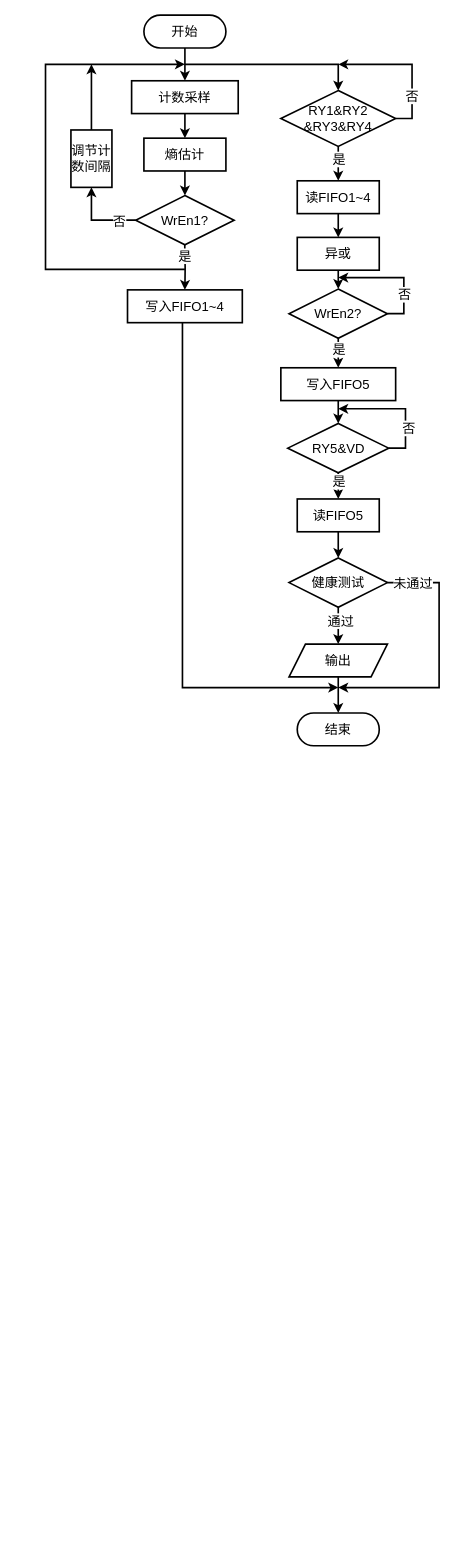
The draw.io diagram page "第 3 页" (3 of 3) of 未命名绘图.drawio in bazingaaaa-ss/easymcm, before the edit. Source tidied: cells renumbered, new cells numbered last; positions are measured from the earlier drawing's top-left corner, leaving out a move shared by most shapes. Both pictures are drawn from the tidied source at 82%, with x=0, y=0 at pixel (45, 15).
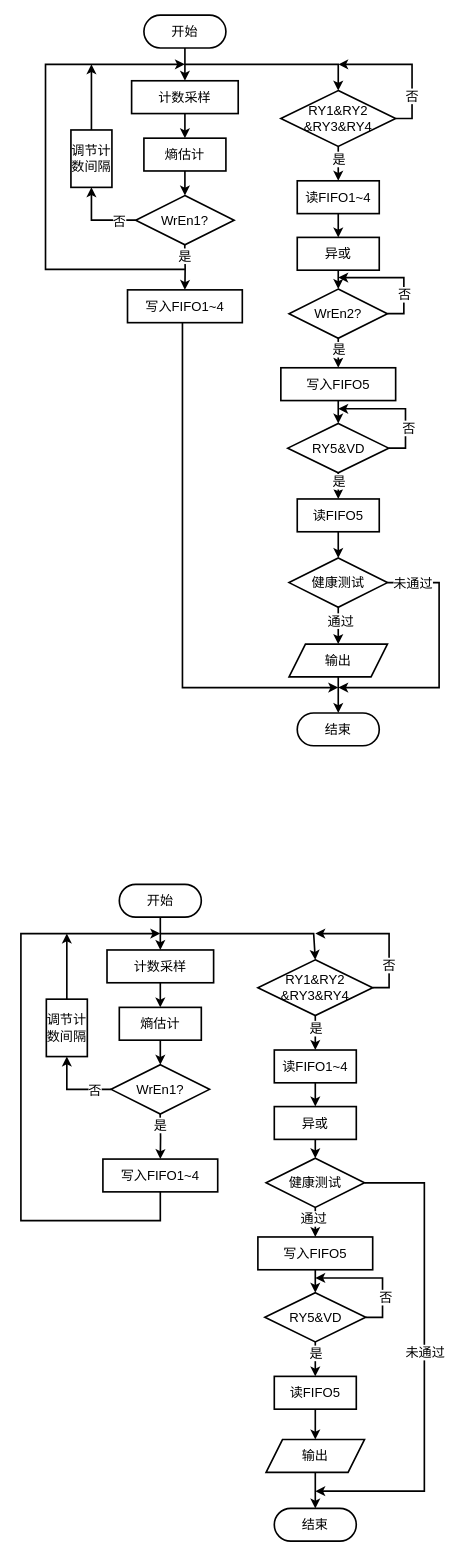
The same page after the edit.

Commit message:
更新未命名绘图.drawio

The edit, as a diff of the source:
```diff
@@
+    <mxCell id="50" style="edgeStyle=orthogonalEdgeStyle;rounded=0;jettySize=auto;html=1;exitX=0.5;exitY=1;exitDx=0;exitDy=0;entryX=0.5;entryY=0;entryDx=0;entryDy=0;fontSize=16;arcSize=12;strokeWidth=2;" parent="1" edge="1" source="51" target="53">
+      <mxGeometry relative="1" as="geometry" />
+    </mxCell>
+    <mxCell id="51" value="&lt;font style=&quot;font-size: 16px;&quot;&gt;开始&lt;/font&gt;" style="rounded=1;whiteSpace=wrap;html=1;arcSize=50;fontSize=16;strokeWidth=2;" parent="1" vertex="1">
+      <mxGeometry x="90" y="1060" width="100" height="40" as="geometry" />
+    </mxCell>
+    <mxCell id="52" style="edgeStyle=orthogonalEdgeStyle;rounded=0;jettySize=auto;html=1;exitX=0.5;exitY=1;exitDx=0;exitDy=0;entryX=0.5;entryY=0;entryDx=0;entryDy=0;fontSize=16;arcSize=12;strokeWidth=2;" parent="1" edge="1" source="53" target="55">
+      <mxGeometry relative="1" as="geometry" />
+    </mxCell>
+    <mxCell id="53" value="&lt;font style=&quot;font-size: 16px;&quot;&gt;计数采样&lt;/font&gt;" style="rounded=0;whiteSpace=wrap;html=1;fontSize=16;strokeWidth=2;" parent="1" vertex="1">
+      <mxGeometry x="75" y="1140" width="130" height="40" as="geometry" />
+    </mxCell>
+    <mxCell id="54" style="edgeStyle=orthogonalEdgeStyle;rounded=0;jettySize=auto;html=1;exitX=0.5;exitY=1;exitDx=0;exitDy=0;entryX=0.5;entryY=0;entryDx=0;entryDy=0;fontSize=16;arcSize=12;strokeWidth=2;" parent="1" edge="1" source="55" target="60">
+      <mxGeometry relative="1" as="geometry" />
+    </mxCell>
+    <mxCell id="55" value="&lt;font style=&quot;font-size: 16px;&quot;&gt;熵估计&lt;/font&gt;" style="rounded=0;whiteSpace=wrap;html=1;fontSize=16;strokeWidth=2;" parent="1" vertex="1">
+      <mxGeometry x="90" y="1210" width="100" height="40" as="geometry" />
+    </mxCell>
+    <mxCell id="56" style="edgeStyle=orthogonalEdgeStyle;rounded=0;jettySize=auto;html=1;exitX=0.5;exitY=1;exitDx=0;exitDy=0;entryX=0.5;entryY=0;entryDx=0;entryDy=0;fontSize=16;arcSize=12;strokeWidth=2;" parent="1" edge="1" target="61">
+      <mxGeometry relative="1" as="geometry">
+        <mxPoint x="139.8" y="1340" as="sourcePoint" />
+      </mxGeometry>
+    </mxCell>
+    <mxCell id="57" value="是" style="edgeLabel;html=1;align=center;verticalAlign=middle;fontSize=16;arcSize=12;" parent="56" vertex="1">
+      <mxGeometry x="-0.63" y="1" relative="1" as="geometry">
+        <mxPoint x="-1" y="4" as="offset" />
+      </mxGeometry>
+    </mxCell>
+    <mxCell id="58" style="edgeStyle=orthogonalEdgeStyle;rounded=0;jettySize=auto;html=1;exitX=0;exitY=0.5;exitDx=0;exitDy=0;entryX=0.5;entryY=1;entryDx=0;entryDy=0;fontSize=16;arcSize=12;strokeWidth=2;" parent="1" edge="1" source="60" target="63">
+      <mxGeometry relative="1" as="geometry" />
+    </mxCell>
+    <mxCell id="59" value="否" style="edgeLabel;html=1;align=center;verticalAlign=middle;fontSize=16;arcSize=12;" parent="58" vertex="1">
+      <mxGeometry x="-0.67" relative="1" as="geometry">
+        <mxPoint x="-5" as="offset" />
+      </mxGeometry>
+    </mxCell>
+    <mxCell id="60" value="&lt;font style=&quot;font-size: 16px;&quot;&gt;WrEn1?&lt;/font&gt;" style="rhombus;whiteSpace=wrap;html=1;fontSize=16;strokeWidth=2;" parent="1" vertex="1">
+      <mxGeometry x="80" y="1280" width="120" height="60" as="geometry" />
+    </mxCell>
+    <mxCell id="61" value="&lt;span style=&quot;font-size: 16px;&quot;&gt;写入FIFO1~4&lt;/span&gt;" style="rounded=0;whiteSpace=wrap;html=1;fontSize=16;strokeWidth=2;" parent="1" vertex="1">
+      <mxGeometry x="70" y="1395" width="140" height="40" as="geometry" />
+    </mxCell>
+    <mxCell id="62" style="edgeStyle=orthogonalEdgeStyle;rounded=0;jettySize=auto;html=1;exitX=0.5;exitY=0;exitDx=0;exitDy=0;fontSize=16;arcSize=12;strokeWidth=2;" parent="1" edge="1" source="63">
+      <mxGeometry relative="1" as="geometry">
+        <mxPoint x="26" y="1120" as="targetPoint" />
+        <Array as="points">
+          <mxPoint x="26" y="1160" />
+          <mxPoint x="26" y="1160" />
+        </Array>
+      </mxGeometry>
+    </mxCell>
+    <mxCell id="63" value="&lt;font style=&quot;font-size: 16px;&quot;&gt;调节计数间隔&lt;/font&gt;" style="rounded=0;whiteSpace=wrap;html=1;fontSize=16;strokeWidth=2;" parent="1" vertex="1">
+      <mxGeometry x="1" y="1200" width="50" height="70" as="geometry" />
+    </mxCell>
+    <mxCell id="64" style="endArrow=classic;html=1;rounded=0;fontSize=16;arcSize=12;strokeWidth=2;exitX=0.5;exitY=1;exitDx=0;exitDy=0;" parent="1" edge="1" source="61">
+      <mxGeometry relative="1" as="geometry">
+        <mxPoint x="140" y="1120" as="targetPoint" />
+        <Array as="points">
+          <mxPoint x="140" y="1470" />
+          <mxPoint x="-30" y="1470" />
+          <mxPoint x="-30" y="1240" />
+          <mxPoint x="-30" y="1120" />
+        </Array>
+      </mxGeometry>
+    </mxCell>
+    <mxCell id="65" style="edgeStyle=orthogonalEdgeStyle;rounded=0;orthogonalLoop=1;jettySize=auto;html=1;exitX=1;exitY=0.5;exitDx=0;exitDy=0;fontSize=16;arcSize=12;strokeWidth=2;" parent="1" edge="1">
+      <mxGeometry relative="1" as="geometry">
+        <mxPoint x="399" y="1186" as="sourcePoint" />
+        <mxPoint x="329" y="1120" as="targetPoint" />
+        <Array as="points">
+          <mxPoint x="419" y="1186" />
+          <mxPoint x="419" y="1120" />
+        </Array>
+      </mxGeometry>
+    </mxCell>
+    <mxCell id="66" value="否" style="edgeLabel;html=1;align=center;verticalAlign=middle;fontSize=16;arcSize=12;" parent="65" vertex="1">
+      <mxGeometry x="-0.26" y="1" relative="1" as="geometry">
+        <mxPoint y="17" as="offset" />
+      </mxGeometry>
+    </mxCell>
+    <mxCell id="67" style="edgeStyle=orthogonalEdgeStyle;rounded=0;jettySize=auto;html=1;exitX=0.5;exitY=1;exitDx=0;exitDy=0;entryX=0.5;entryY=0;entryDx=0;entryDy=0;fontSize=16;arcSize=12;strokeWidth=2;" parent="1" edge="1" source="69" target="71">
+      <mxGeometry relative="1" as="geometry" />
+    </mxCell>
+    <mxCell id="68" value="是" style="edgeLabel;html=1;align=center;verticalAlign=middle;fontSize=16;arcSize=12;" parent="67" vertex="1">
+      <mxGeometry x="-0.27" relative="1" as="geometry" />
+    </mxCell>
+    <mxCell id="69" value="&lt;span style=&quot;font-size: 16px;&quot;&gt;RY1&amp;amp;RY2&lt;br style=&quot;font-size: 16px;&quot;&gt;&amp;amp;RY3&amp;amp;RY4&lt;/span&gt;" style="rhombus;whiteSpace=wrap;html=1;fontSize=16;strokeWidth=2;" parent="1" vertex="1">
+      <mxGeometry x="259" y="1152" width="140" height="68" as="geometry" />
+    </mxCell>
+    <mxCell id="70" style="edgeStyle=orthogonalEdgeStyle;rounded=0;jettySize=auto;html=1;exitX=0.5;exitY=1;exitDx=0;exitDy=0;entryX=0.5;entryY=0;entryDx=0;entryDy=0;fontSize=16;arcSize=12;strokeWidth=2;" parent="1" edge="1" source="71" target="74">
+      <mxGeometry relative="1" as="geometry" />
+    </mxCell>
+    <mxCell id="71" value="&lt;font style=&quot;font-size: 16px;&quot;&gt;读FIFO1~4&lt;/font&gt;" style="rounded=0;whiteSpace=wrap;html=1;fontSize=16;strokeWidth=2;" parent="1" vertex="1">
+      <mxGeometry x="279" y="1262" width="100" height="40" as="geometry" />
+    </mxCell>
+    <mxCell id="72" style="endArrow=classic;html=1;rounded=0;entryX=0.5;entryY=0;entryDx=0;entryDy=0;fontSize=16;arcSize=12;strokeWidth=2;" parent="1" edge="1" target="69">
+      <mxGeometry relative="1" as="geometry">
+        <mxPoint x="140" y="1120" as="sourcePoint" />
+        <Array as="points">
+          <mxPoint x="327" y="1120" />
+        </Array>
+      </mxGeometry>
+    </mxCell>
+    <mxCell id="73" style="edgeStyle=orthogonalEdgeStyle;rounded=0;jettySize=auto;html=1;exitX=0.5;exitY=1;exitDx=0;exitDy=0;entryX=0.5;entryY=0;entryDx=0;entryDy=0;fontSize=16;arcSize=12;strokeWidth=2;" parent="1" edge="1" source="74" target="81">
+      <mxGeometry relative="1" as="geometry" />
+    </mxCell>
+    <mxCell id="74" value="&lt;font style=&quot;font-size: 16px;&quot;&gt;异或&lt;/font&gt;" style="rounded=0;whiteSpace=wrap;html=1;fontSize=16;strokeWidth=2;" parent="1" vertex="1">
+      <mxGeometry x="279" y="1331" width="100" height="40" as="geometry" />
+    </mxCell>
+    <mxCell id="75" style="edgeStyle=orthogonalEdgeStyle;rounded=0;jettySize=auto;html=1;exitX=0.5;exitY=1;exitDx=0;exitDy=0;entryX=0.5;entryY=0;entryDx=0;entryDy=0;fontSize=16;arcSize=12;strokeWidth=2;" parent="1" edge="1" source="76" target="88">
+      <mxGeometry relative="1" as="geometry" />
+    </mxCell>
+    <mxCell id="76" value="&lt;span style=&quot;font-size: 16px;&quot;&gt;写入FIFO5&lt;/span&gt;" style="rounded=0;whiteSpace=wrap;html=1;fontSize=16;strokeWidth=2;" parent="1" vertex="1">
+      <mxGeometry x="259" y="1490" width="140" height="40" as="geometry" />
+    </mxCell>
+    <mxCell id="77" style="edgeStyle=orthogonalEdgeStyle;rounded=0;jettySize=auto;html=1;exitX=1;exitY=0.5;exitDx=0;exitDy=0;fontSize=16;arcSize=12;strokeWidth=2;" parent="1" edge="1" source="81">
+      <mxGeometry relative="1" as="geometry">
+        <mxPoint x="329" y="1800" as="targetPoint" />
+        <Array as="points">
+          <mxPoint x="462" y="1424" />
+          <mxPoint x="462" y="1800" />
+        </Array>
+      </mxGeometry>
+    </mxCell>
+    <mxCell id="78" value="未通过" style="edgeLabel;html=1;align=center;verticalAlign=middle;fontSize=16;arcSize=12;" parent="77" vertex="1">
+      <mxGeometry x="-0.11" relative="1" as="geometry">
+        <mxPoint y="20" as="offset" />
+      </mxGeometry>
+    </mxCell>
+    <mxCell id="79" style="edgeStyle=orthogonalEdgeStyle;rounded=0;jettySize=auto;html=1;exitX=0.5;exitY=1;exitDx=0;exitDy=0;entryX=0.5;entryY=0;entryDx=0;entryDy=0;strokeWidth=2;" parent="1" edge="1" source="81" target="76">
+      <mxGeometry relative="1" as="geometry" />
+    </mxCell>
+    <mxCell id="80" value="通过" style="edgeLabel;html=1;align=center;verticalAlign=middle;fontSize=16;" parent="79" vertex="1">
+      <mxGeometry x="-0.27" y="-3" relative="1" as="geometry" />
+    </mxCell>
+    <mxCell id="81" value="健康测试" style="rhombus;whiteSpace=wrap;html=1;fontSize=16;strokeWidth=2;" parent="1" vertex="1">
+      <mxGeometry x="269" y="1394" width="120" height="60" as="geometry" />
+    </mxCell>
+    <mxCell id="82" style="edgeStyle=orthogonalEdgeStyle;rounded=0;jettySize=auto;html=1;exitX=0.5;exitY=1;exitDx=0;exitDy=0;entryX=0.5;entryY=0;entryDx=0;entryDy=0;fontSize=16;arcSize=12;strokeWidth=2;" parent="1" edge="1" source="83" target="90">
+      <mxGeometry relative="1" as="geometry" />
+    </mxCell>
+    <mxCell id="83" value="&lt;font style=&quot;font-size: 16px;&quot;&gt;读FIFO5&lt;/font&gt;" style="rounded=0;whiteSpace=wrap;html=1;fontSize=16;strokeWidth=2;" parent="1" vertex="1">
+      <mxGeometry x="279" y="1660" width="100" height="40" as="geometry" />
+    </mxCell>
+    <mxCell id="84" style="edgeStyle=orthogonalEdgeStyle;rounded=0;jettySize=auto;html=1;exitX=1;exitY=0.5;exitDx=0;exitDy=0;fontSize=16;arcSize=12;strokeWidth=2;" parent="1" edge="1" source="88">
+      <mxGeometry relative="1" as="geometry">
+        <mxPoint x="329" y="1540" as="targetPoint" />
+        <Array as="points">
+          <mxPoint x="411" y="1588" />
+          <mxPoint x="411" y="1540" />
+        </Array>
+      </mxGeometry>
+    </mxCell>
+    <mxCell id="85" value="否" style="edgeLabel;html=1;align=center;verticalAlign=middle;fontSize=16;arcSize=12;" parent="84" vertex="1">
+      <mxGeometry x="-0.4" y="-3" relative="1" as="geometry" />
+    </mxCell>
+    <mxCell id="86" style="edgeStyle=orthogonalEdgeStyle;rounded=0;jettySize=auto;html=1;exitX=0.5;exitY=1;exitDx=0;exitDy=0;entryX=0.5;entryY=0;entryDx=0;entryDy=0;fontSize=16;arcSize=12;strokeWidth=2;" parent="1" edge="1" source="88" target="83">
+      <mxGeometry relative="1" as="geometry" />
+    </mxCell>
+    <mxCell id="87" value="是" style="edgeLabel;html=1;align=center;verticalAlign=middle;fontSize=16;arcSize=12;" parent="86" vertex="1">
+      <mxGeometry x="-0.41" relative="1" as="geometry">
+        <mxPoint y="1" as="offset" />
+      </mxGeometry>
+    </mxCell>
+    <mxCell id="88" value="&lt;span style=&quot;font-size: 16px;&quot;&gt;RY5&amp;amp;VD&lt;br style=&quot;font-size: 16px;&quot;&gt;&lt;/span&gt;" style="rhombus;whiteSpace=wrap;html=1;fontSize=16;strokeWidth=2;" parent="1" vertex="1">
+      <mxGeometry x="267.5" y="1558" width="123" height="60" as="geometry" />
+    </mxCell>
+    <mxCell id="89" style="edgeStyle=orthogonalEdgeStyle;rounded=0;jettySize=auto;html=1;exitX=0.5;exitY=1;exitDx=0;exitDy=0;entryX=0.5;entryY=0;entryDx=0;entryDy=0;fontSize=16;arcSize=12;strokeWidth=2;" parent="1" edge="1" source="90" target="91">
+      <mxGeometry relative="1" as="geometry" />
+    </mxCell>
+    <mxCell id="90" value="输出" style="shape=parallelogram;perimeter=parallelogramPerimeter;whiteSpace=wrap;html=1;fixedSize=1;fontSize=16;strokeWidth=2;" parent="1" vertex="1">
+      <mxGeometry x="269" y="1737" width="120" height="40" as="geometry" />
+    </mxCell>
+    <mxCell id="91" value="&lt;font style=&quot;font-size: 16px;&quot;&gt;结束&lt;/font&gt;" style="rounded=1;whiteSpace=wrap;html=1;arcSize=50;fontSize=16;strokeWidth=2;" parent="1" vertex="1">
+      <mxGeometry x="279" y="1821" width="100" height="40" as="geometry" />
+    </mxCell>
```
